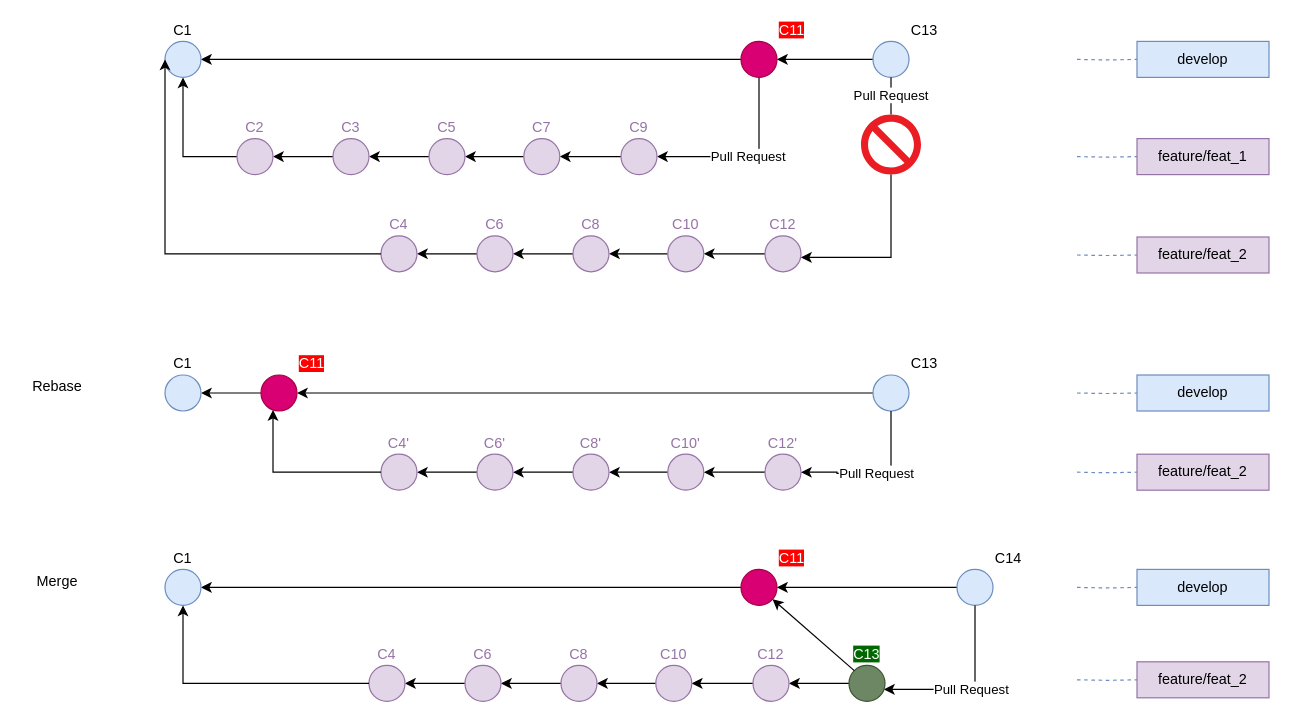
The draw.io diagram git_formation.drawio in jmrablat/diagrams, before the edit. Source tidied: cells renumbered, new cells numbered last; positions are measured from the earlier drawing's top-left corner, leaving out a move shared by most shapes. Both pictures are drawn from the tidied source at 120%, with x=0, y=0 at pixel (20, 41).
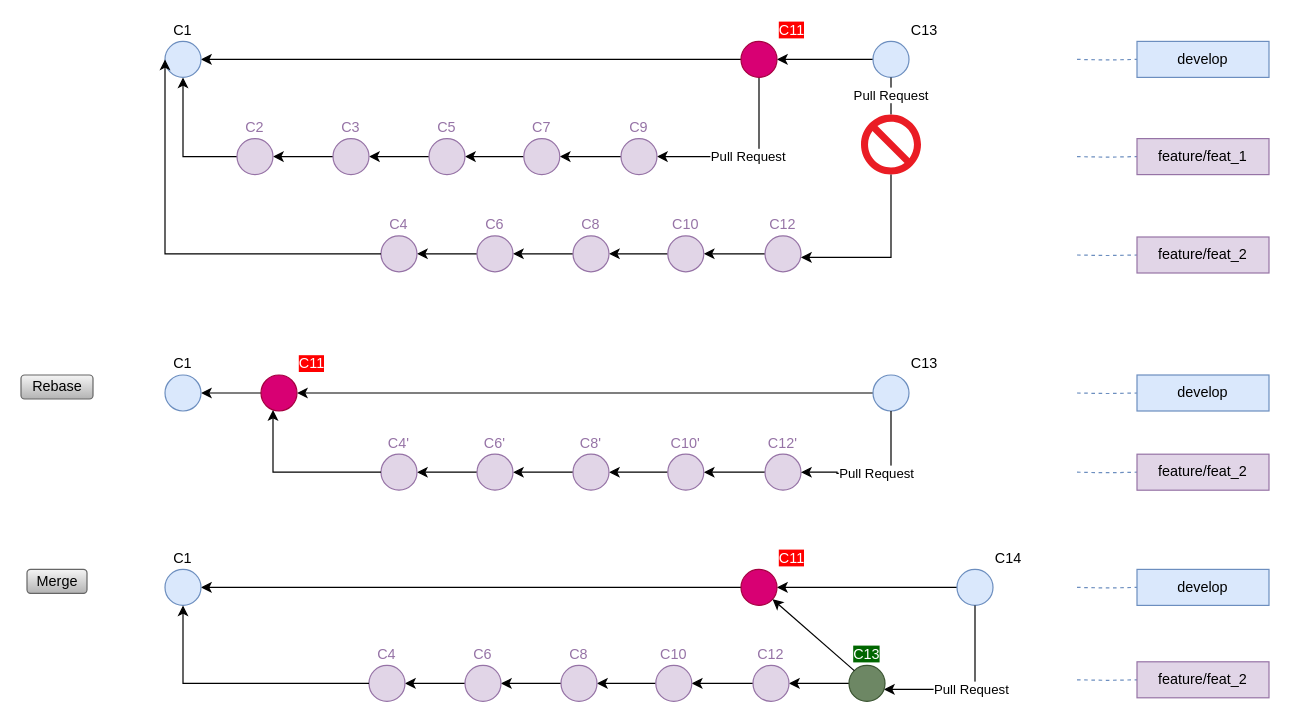
The same diagram, later.

Commit message:
titres merge rebase

The edit, as a diff of the source:
```diff
@@
-    <mxCell id="54" value="Rebase" style="text;html=1;align=center;verticalAlign=middle;strokeColor=none;" parent="1" vertex="1">
+    <mxCell id="54" value="Rebase" style="text;html=1;align=center;verticalAlign=middle;strokeColor=#666666;gradientColor=#b3b3b3;fillColor=#f5f5f5;rounded=1;" parent="1" vertex="1">
       <mxGeometry y="278" width="60" height="20" as="geometry" />
     </mxCell>
@@
-    <mxCell id="79" value="Merge" style="text;html=1;align=center;verticalAlign=middle;strokeColor=none;" parent="1" vertex="1">
+    <mxCell id="79" value="Merge" style="text;html=1;align=center;verticalAlign=middle;strokeColor=#666666;gradientColor=#b3b3b3;fillColor=#f5f5f5;rounded=1;" parent="1" vertex="1">
       <mxGeometry x="5" y="440" width="50" height="20" as="geometry" />
     </mxCell>
```
